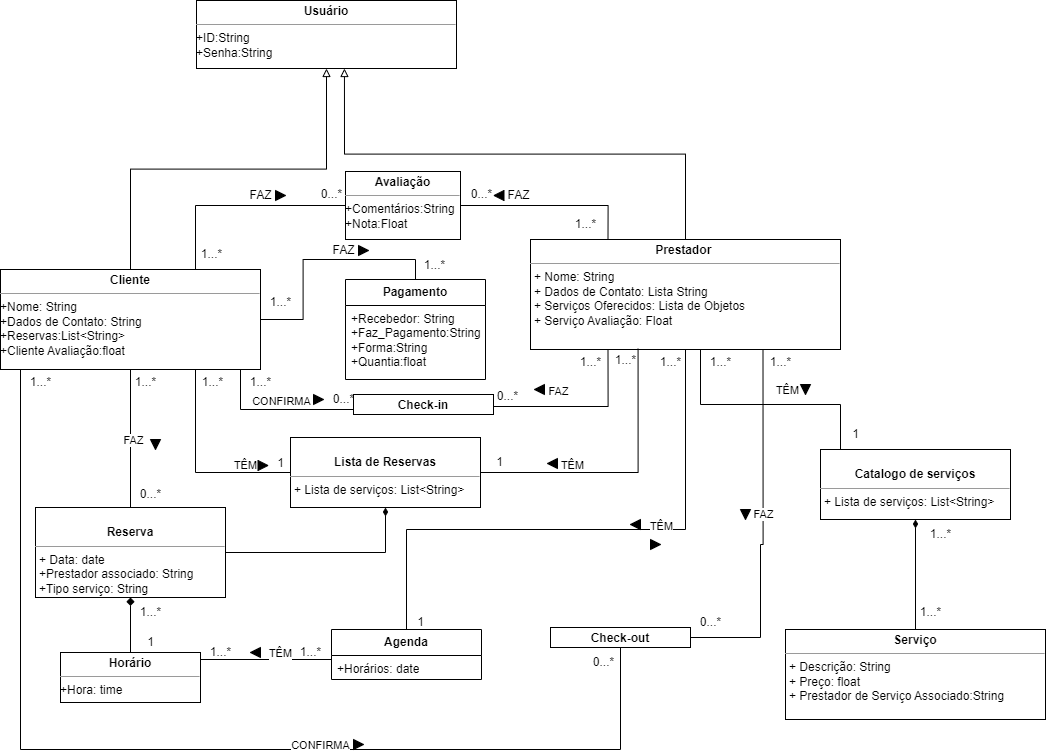
Above: E-ESTÉTICA-Página-2.drawio.png in ProjetoDeSoftware/projeto (draw.io), before the change. Source tidied: cells renumbered, new cells last; positions are measured from the earlier drawing's top-left corner, leaving out a move shared by most shapes.
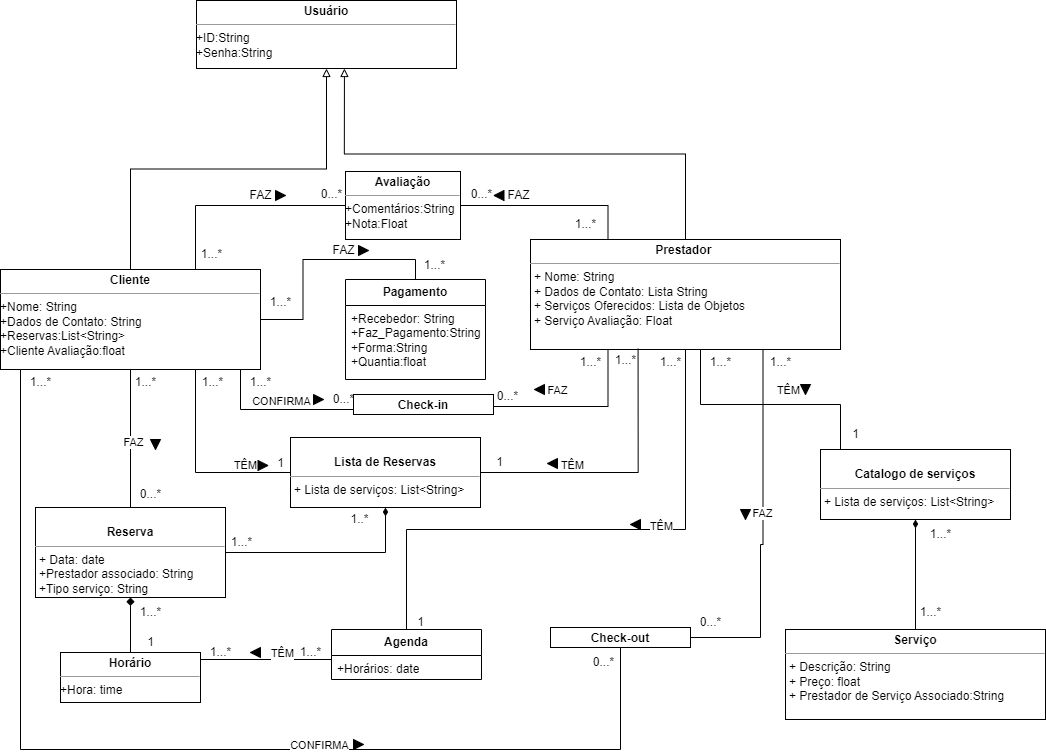
The same file after the commit.

Diff of the diagram source:
```diff
@@ -286,9 +286,6 @@
         <mxPoint x="-36" y="11" as="offset" />
       </mxGeometry>
     </mxCell>
-    <mxCell id="78" style="triangle;whiteSpace=wrap;html=1;dashed=0;direction=south;fillColor=#000000;rotation=-90;" parent="1" vertex="1">
-      <mxGeometry x="650" y="539" width="10" height="10" as="geometry" />
-    </mxCell>
     <mxCell id="79" value="&lt;p style=&quot;margin:0px;margin-top:4px;text-align:center;&quot;&gt;&lt;/p&gt;&lt;div style=&quot;text-align: center;&quot;&gt;&lt;b&gt;Avaliação&lt;/b&gt;&lt;/div&gt;&lt;hr size=&quot;1&quot;&gt;&lt;div style=&quot;border-color: var(--border-color);&quot;&gt;&lt;span style=&quot;background-color: initial;&quot;&gt;+Comentários:String&lt;/span&gt;&lt;br&gt;&lt;/div&gt;&lt;div style=&quot;border-color: var(--border-color);&quot;&gt;&lt;span style=&quot;background-color: initial;&quot;&gt;+Nota:Float&lt;/span&gt;&lt;/div&gt;" style="verticalAlign=top;align=left;overflow=fill;fontSize=12;fontFamily=Helvetica;html=1;whiteSpace=wrap;" parent="1" vertex="1">
       <mxGeometry x="345" y="171" width="115" height="68" as="geometry" />
     </mxCell>
@@ -331,5 +328,11 @@
     <mxCell id="92" value="0...*" style="text;html=1;align=center;verticalAlign=middle;strokeColor=none;fillColor=none;" parent="1" vertex="1">
       <mxGeometry x="311" y="181" width="39" height="26" as="geometry" />
     </mxCell>
+    <mxCell id="93" value="1...*" style="text;html=1;align=center;verticalAlign=middle;strokeColor=none;fillColor=none;" parent="1" vertex="1">
+      <mxGeometry x="221" y="529" width="39" height="26" as="geometry" />
+    </mxCell>
+    <mxCell id="94" value="1..*" style="text;html=1;align=center;verticalAlign=middle;strokeColor=none;fillColor=none;" parent="1" vertex="1">
+      <mxGeometry x="341" y="506" width="36" height="26" as="geometry" />
+    </mxCell>
   </root>
 </mxGraphModel>
```
